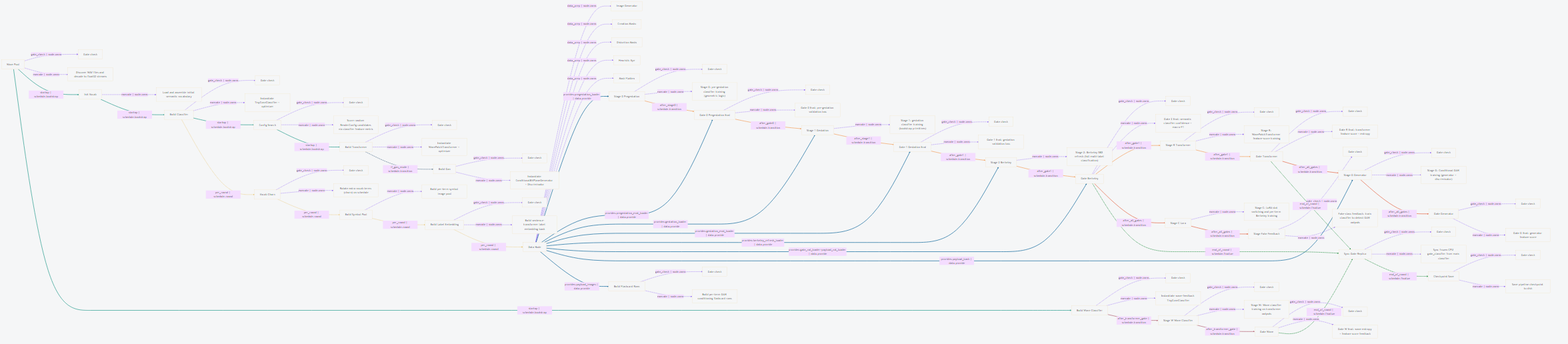
The Mermaid diagram docs/diagrams/stack_view_reaction.png in sangderenard/meta-nn, before a commit. Its source is kept beside it as docs/diagrams/stack_view_reaction.mmd.
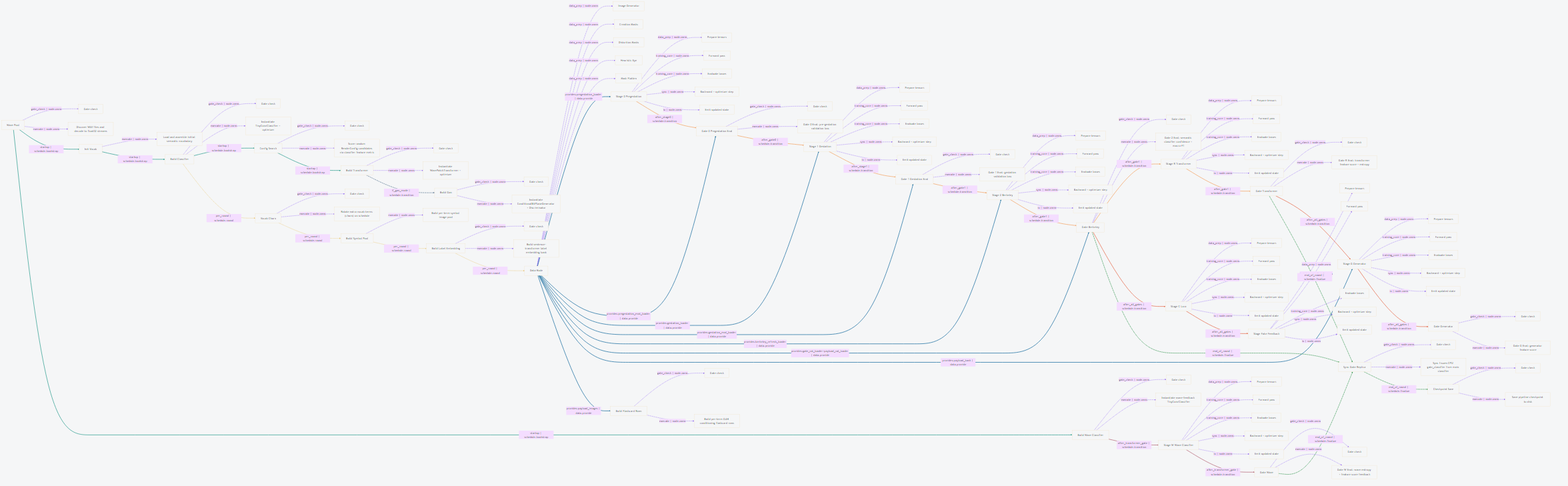
The same diagram one commit later.

Diff of the diagram source:
```diff
@@ -38,26 +38,53 @@
     data_node__heuristic_eye["Heuristic Eye"]
     data_node__mask_flatten["Mask Flatten"]
     stage_0_pregestation["Stage 0 Pregestation"]
-    stage_0_pregestation__should_run["Gate check"]
-    stage_0_pregestation__execute["Stage 0: pre-gestation classifier training (geometric logic)"]
+    stage_0_pregestation__batch_prepare["Prepare tensors"]
+    stage_0_pregestation__forward_pass["Forward pass"]
+    stage_0_pregestation__objective_eval["Evaluate losses"]
+    stage_0_pregestation__optimizer_step["Backward + optimizer step"]
+    stage_0_pregestation__state_emit["Emit updated state"]
     stage_1_gestation["Stage 1 Gestation"]
-    stage_1_gestation__execute["Stage 1: gestation classifier training (bootstrap primitives)"]
+    stage_1_gestation__batch_prepare["Prepare tensors"]
+    stage_1_gestation__forward_pass["Forward pass"]
+    stage_1_gestation__objective_eval["Evaluate losses"]
+    stage_1_gestation__optimizer_step["Backward + optimizer step"]
+    stage_1_gestation__state_emit["Emit updated state"]
     stage_2_berkeley["Stage 2 Berkeley"]
-    stage_2_berkeley__execute["Stage 2: Berkeley SBD refresh (full multi-label classification)"]
+    stage_2_berkeley__batch_prepare["Prepare tensors"]
+    stage_2_berkeley__forward_pass["Forward pass"]
+    stage_2_berkeley__objective_eval["Evaluate losses"]
+    stage_2_berkeley__optimizer_step["Backward + optimizer step"]
+    stage_2_berkeley__state_emit["Emit updated state"]
     stage_r_transformer["Stage R Transformer"]
-    stage_r_transformer__should_run["Gate check"]
-    stage_r_transformer__execute["Stage R: WavePatchTransformer feature-score training"]
+    stage_r_transformer__batch_prepare["Prepare tensors"]
+    stage_r_transformer__forward_pass["Forward pass"]
+    stage_r_transformer__objective_eval["Evaluate losses"]
+    stage_r_transformer__optimizer_step["Backward + optimizer step"]
+    stage_r_transformer__state_emit["Emit updated state"]
     stage_g_generator["Stage G Generator"]
-    stage_g_generator__should_run["Gate check"]
-    stage_g_generator__execute["Stage G: Conditional GAN training (generator + discriminator)"]
+    stage_g_generator__batch_prepare["Prepare tensors"]
+    stage_g_generator__forward_pass["Forward pass"]
+    stage_g_generator__objective_eval["Evaluate losses"]
+    stage_g_generator__optimizer_step["Backward + optimizer step"]
+    stage_g_generator__state_emit["Emit updated state"]
     stage_w_wave_classifier["Stage W Wave Classifier"]
-    stage_w_wave_classifier__should_run["Gate check"]
-    stage_w_wave_classifier__execute["Stage W: Wave classifier training on transformer outputs"]
+    stage_w_wave_classifier__batch_prepare["Prepare tensors"]
+    stage_w_wave_classifier__forward_pass["Forward pass"]
+    stage_w_wave_classifier__objective_eval["Evaluate losses"]
+    stage_w_wave_classifier__optimizer_step["Backward + optimizer step"]
+    stage_w_wave_classifier__state_emit["Emit updated state"]
     stage_c_lora["Stage C Lora"]
-    stage_c_lora__execute["Stage C: LoRA slot switching and per-term Berkeley training"]
+    stage_c_lora__batch_prepare["Prepare tensors"]
+    stage_c_lora__forward_pass["Forward pass"]
+    stage_c_lora__objective_eval["Evaluate losses"]
+    stage_c_lora__optimizer_step["Backward + optimizer step"]
+    stage_c_lora__state_emit["Emit updated state"]
     stage_fake_feedback["Stage Fake Feedback"]
-    stage_fake_feedback__should_run["Gate check"]
-    stage_fake_feedback__execute["Fake-class feedback: train classifier to detect GAN outputs"]
+    stage_fake_feedback__batch_prepare["Prepare tensors"]
+    stage_fake_feedback__forward_pass["Forward pass"]
+    stage_fake_feedback__objective_eval["Evaluate losses"]
+    stage_fake_feedback__optimizer_step["Backward + optimizer step"]
+    stage_fake_feedback__state_emit["Emit updated state"]
     gate_0_pregestation_eval["Gate 0 Pregestation Eval"]
     gate_0_pregestation_eval__should_run["Gate check"]
     gate_0_pregestation_eval__execute["Gate 0 Eval: pre-gestation validation loss"]
@@ -108,19 +135,46 @@
     data_node -- "data_prep | node.owns" --> data_node__distortion_masks
     data_node -- "data_prep | node.owns" --> data_node__heuristic_eye
     data_node -- "data_prep | node.owns" --> data_node__mask_flatten
-    stage_0_pregestation -- "gate_check | node.owns" --> stage_0_pregestation__should_run
-    stage_0_pregestation -- "execute | node.owns" --> stage_0_pregestation__execute
-    stage_1_gestation -- "execute | node.owns" --> stage_1_gestation__execute
-    stage_2_berkeley -- "execute | node.owns" --> stage_2_berkeley__execute
-    stage_r_transformer -- "gate_check | node.owns" --> stage_r_transformer__should_run
-    stage_r_transformer -- "execute | node.owns" --> stage_r_transformer__execute
-    stage_g_generator -- "gate_check | node.owns" --> stage_g_generator__should_run
-    stage_g_generator -- "execute | node.owns" --> stage_g_generator__execute
-    stage_w_wave_classifier -- "gate_check | node.owns" --> stage_w_wave_classifier__should_run
-    stage_w_wave_classifier -- "execute | node.owns" --> stage_w_wave_classifier__execute
-    stage_c_lora -- "execute | node.owns" --> stage_c_lora__execute
-    stage_fake_feedback -- "gate_check | node.owns" --> stage_fake_feedback__should_run
-    stage_fake_feedback -- "execute | node.owns" --> stage_fake_feedback__execute
+    stage_0_pregestation -- "data_prep | node.owns" --> stage_0_pregestation__batch_prepare
+    stage_0_pregestation -- "training_core | node.owns" --> stage_0_pregestation__forward_pass
+    stage_0_pregestation -- "training_core | node.owns" --> stage_0_pregestation__objective_eval
+    stage_0_pregestation -- "sync | node.owns" --> stage_0_pregestation__optimizer_step
+    stage_0_pregestation -- "io | node.owns" --> stage_0_pregestation__state_emit
+    stage_1_gestation -- "data_prep | node.owns" --> stage_1_gestation__batch_prepare
+    stage_1_gestation -- "training_core | node.owns" --> stage_1_gestation__forward_pass
+    stage_1_gestation -- "training_core | node.owns" --> stage_1_gestation__objective_eval
+    stage_1_gestation -- "sync | node.owns" --> stage_1_gestation__optimizer_step
+    stage_1_gestation -- "io | node.owns" --> stage_1_gestation__state_emit
+    stage_2_berkeley -- "data_prep | node.owns" --> stage_2_berkeley__batch_prepare
+    stage_2_berkeley -- "training_core | node.owns" --> stage_2_berkeley__forward_pass
+    stage_2_berkeley -- "training_core | node.owns" --> stage_2_berkeley__objective_eval
+    stage_2_berkeley -- "sync | node.owns" --> stage_2_berkeley__optimizer_step
+    stage_2_berkeley -- "io | node.owns" --> stage_2_berkeley__state_emit
+    stage_r_transformer -- "data_prep | node.owns" --> stage_r_transformer__batch_prepare
+    stage_r_transformer -- "training_core | node.owns" --> stage_r_transformer__forward_pass
+    stage_r_transformer -- "training_core | node.owns" --> stage_r_transformer__objective_eval
+    stage_r_transformer -- "sync | node.owns" --> stage_r_transformer__optimizer_step
+    stage_r_transformer -- "io | node.owns" --> stage_r_transformer__state_emit
+    stage_g_generator -- "data_prep | node.owns" --> stage_g_generator__batch_prepare
+    stage_g_generator -- "training_core | node.owns" --> stage_g_generator__forward_pass
+    stage_g_generator -- "training_core | node.owns" --> stage_g_generator__objective_eval
+    stage_g_generator -- "sync | node.owns" --> stage_g_generator__optimizer_step
+    stage_g_generator -- "io | node.owns" --> stage_g_generator__state_emit
+    stage_w_wave_classifier -- "data_prep | node.owns" --> stage_w_wave_classifier__batch_prepare
+    stage_w_wave_classifier -- "training_core | node.owns" --> stage_w_wave_classifier__forward_pass
+    stage_w_wave_classifier -- "training_core | node.owns" --> stage_w_wave_classifier__objective_eval
+    stage_w_wave_classifier -- "sync | node.owns" --> stage_w_wave_classifier__optimizer_step
+    stage_w_wave_classifier -- "io | node.owns" --> stage_w_wave_classifier__state_emit
+    stage_c_lora -- "data_prep | node.owns" --> stage_c_lora__batch_prepare
+    stage_c_lora -- "training_core | node.owns" --> stage_c_lora__forward_pass
+    stage_c_lora -- "training_core | node.owns" --> stage_c_lora__objective_eval
+    stage_c_lora -- "sync | node.owns" --> stage_c_lora__optimizer_step
+    stage_c_lora -- "io | node.owns" --> stage_c_lora__state_emit
+    stage_fake_feedback -- "data_prep | node.owns" --> stage_fake_feedback__batch_prepare
+    stage_fake_feedback -- "training_core | node.owns" --> stage_fake_feedback__forward_pass
+    stage_fake_feedback -- "training_core | node.owns" --> stage_fake_feedback__objective_eval
+    stage_fake_feedback -- "sync | node.owns" --> stage_fake_feedback__optimizer_step
+    stage_fake_feedback -- "io | node.owns" --> stage_fake_feedback__state_emit
     gate_0_pregestation_eval -- "gate_check | node.owns" --> gate_0_pregestation_eval__should_run
     gate_0_pregestation_eval -- "execute | node.owns" --> gate_0_pregestation_eval__execute
     gate_1_gestation_eval -- "gate_check | node.owns" --> gate_1_gestation_eval__should_run
@@ -227,38 +281,65 @@
     linkStyle 51 stroke:#8B5CF6,stroke-width:2px,opacity:0.85,stroke-dasharray:4 2;
     linkStyle 52 stroke:#8B5CF6,stroke-width:2px,opacity:0.85,stroke-dasharray:4 2;
     linkStyle 53 stroke:#8B5CF6,stroke-width:2px,opacity:0.85,stroke-dasharray:4 2;
-    linkStyle 54 stroke:#2A9D8F,stroke-width:3px,opacity:0.9,stroke-dasharray:0;
-    linkStyle 55 stroke:#2A9D8F,stroke-width:3px,opacity:0.9,stroke-dasharray:0;
-    linkStyle 56 stroke:#2A9D8F,stroke-width:3px,opacity:0.9,stroke-dasharray:0;
-    linkStyle 57 stroke:#2A9D8F,stroke-width:3px,opacity:0.9,stroke-dasharray:0;
-    linkStyle 58 stroke:#577590,stroke-width:3px,opacity:0.85,stroke-dasharray:8 3;
-    linkStyle 59 stroke:#2A9D8F,stroke-width:3px,opacity:0.9,stroke-dasharray:0;
-    linkStyle 60 stroke:#E9C46A,stroke-width:3px,opacity:0.9,stroke-dasharray:2 2;
-    linkStyle 61 stroke:#E9C46A,stroke-width:3px,opacity:0.9,stroke-dasharray:2 2;
-    linkStyle 62 stroke:#E9C46A,stroke-width:3px,opacity:0.9,stroke-dasharray:2 2;
-    linkStyle 63 stroke:#E9C46A,stroke-width:3px,opacity:0.9,stroke-dasharray:2 2;
-    linkStyle 64 stroke:#1D70A2,stroke-width:3px,opacity:0.95,stroke-dasharray:0;
-    linkStyle 65 stroke:#1D70A2,stroke-width:3px,opacity:0.95,stroke-dasharray:0;
-    linkStyle 66 stroke:#1D70A2,stroke-width:3px,opacity:0.95,stroke-dasharray:0;
-    linkStyle 67 stroke:#1D70A2,stroke-width:3px,opacity:0.95,stroke-dasharray:0;
-    linkStyle 68 stroke:#1D70A2,stroke-width:3px,opacity:0.95,stroke-dasharray:0;
-    linkStyle 69 stroke:#1D70A2,stroke-width:3px,opacity:0.95,stroke-dasharray:0;
-    linkStyle 70 stroke:#1D70A2,stroke-width:3px,opacity:0.95,stroke-dasharray:0;
-    linkStyle 71 stroke:#1D70A2,stroke-width:3px,opacity:0.95,stroke-dasharray:0;
-    linkStyle 72 stroke:#F4A261,stroke-width:3px,opacity:0.9,stroke-dasharray:0;
-    linkStyle 73 stroke:#F4A261,stroke-width:3px,opacity:0.9,stroke-dasharray:0;
-    linkStyle 74 stroke:#F4A261,stroke-width:3px,opacity:0.9,stroke-dasharray:0;
-    linkStyle 75 stroke:#F4A261,stroke-width:3px,opacity:0.9,stroke-dasharray:0;
-    linkStyle 76 stroke:#F4A261,stroke-width:3px,opacity:0.9,stroke-dasharray:0;
-    linkStyle 77 stroke:#F4A261,stroke-width:3px,opacity:0.9,stroke-dasharray:0;
-    linkStyle 78 stroke:#F4A261,stroke-width:3px,opacity:0.9,stroke-dasharray:0;
-    linkStyle 79 stroke:#E76F51,stroke-width:3px,opacity:0.95,stroke-dasharray:0;
-    linkStyle 80 stroke:#E76F51,stroke-width:3px,opacity:0.95,stroke-dasharray:0;
-    linkStyle 81 stroke:#E76F51,stroke-width:3px,opacity:0.95,stroke-dasharray:0;
-    linkStyle 82 stroke:#E76F51,stroke-width:3px,opacity:0.95,stroke-dasharray:0;
-    linkStyle 83 stroke:#B56576,stroke-width:3px,opacity:0.9,stroke-dasharray:0;
-    linkStyle 84 stroke:#B56576,stroke-width:3px,opacity:0.9,stroke-dasharray:0;
-    linkStyle 85 stroke:#2B9348,stroke-width:3px,opacity:0.9,stroke-dasharray:4 2;
-    linkStyle 86 stroke:#2B9348,stroke-width:3px,opacity:0.9,stroke-dasharray:4 2;
-    linkStyle 87 stroke:#2B9348,stroke-width:3px,opacity:0.9,stroke-dasharray:4 2;
-    linkStyle 88 stroke:#2B9348,stroke-width:3px,opacity:0.9,stroke-dasharray:4 2;
+    linkStyle 54 stroke:#8B5CF6,stroke-width:2px,opacity:0.85,stroke-dasharray:4 2;
+    linkStyle 55 stroke:#8B5CF6,stroke-width:2px,opacity:0.85,stroke-dasharray:4 2;
+    linkStyle 56 stroke:#8B5CF6,stroke-width:2px,opacity:0.85,stroke-dasharray:4 2;
+    linkStyle 57 stroke:#8B5CF6,stroke-width:2px,opacity:0.85,stroke-dasharray:4 2;
+    linkStyle 58 stroke:#8B5CF6,stroke-width:2px,opacity:0.85,stroke-dasharray:4 2;
+    linkStyle 59 stroke:#8B5CF6,stroke-width:2px,opacity:0.85,stroke-dasharray:4 2;
+    linkStyle 60 stroke:#8B5CF6,stroke-width:2px,opacity:0.85,stroke-dasharray:4 2;
+    linkStyle 61 stroke:#8B5CF6,stroke-width:2px,opacity:0.85,stroke-dasharray:4 2;
+    linkStyle 62 stroke:#8B5CF6,stroke-width:2px,opacity:0.85,stroke-dasharray:4 2;
+    linkStyle 63 stroke:#8B5CF6,stroke-width:2px,opacity:0.85,stroke-dasharray:4 2;
+    linkStyle 64 stroke:#8B5CF6,stroke-width:2px,opacity:0.85,stroke-dasharray:4 2;
+    linkStyle 65 stroke:#8B5CF6,stroke-width:2px,opacity:0.85,stroke-dasharray:4 2;
+    linkStyle 66 stroke:#8B5CF6,stroke-width:2px,opacity:0.85,stroke-dasharray:4 2;
+    linkStyle 67 stroke:#8B5CF6,stroke-width:2px,opacity:0.85,stroke-dasharray:4 2;
+    linkStyle 68 stroke:#8B5CF6,stroke-width:2px,opacity:0.85,stroke-dasharray:4 2;
+    linkStyle 69 stroke:#8B5CF6,stroke-width:2px,opacity:0.85,stroke-dasharray:4 2;
+    linkStyle 70 stroke:#8B5CF6,stroke-width:2px,opacity:0.85,stroke-dasharray:4 2;
+    linkStyle 71 stroke:#8B5CF6,stroke-width:2px,opacity:0.85,stroke-dasharray:4 2;
+    linkStyle 72 stroke:#8B5CF6,stroke-width:2px,opacity:0.85,stroke-dasharray:4 2;
+    linkStyle 73 stroke:#8B5CF6,stroke-width:2px,opacity:0.85,stroke-dasharray:4 2;
+    linkStyle 74 stroke:#8B5CF6,stroke-width:2px,opacity:0.85,stroke-dasharray:4 2;
+    linkStyle 75 stroke:#8B5CF6,stroke-width:2px,opacity:0.85,stroke-dasharray:4 2;
+    linkStyle 76 stroke:#8B5CF6,stroke-width:2px,opacity:0.85,stroke-dasharray:4 2;
+    linkStyle 77 stroke:#8B5CF6,stroke-width:2px,opacity:0.85,stroke-dasharray:4 2;
+    linkStyle 78 stroke:#8B5CF6,stroke-width:2px,opacity:0.85,stroke-dasharray:4 2;
+    linkStyle 79 stroke:#8B5CF6,stroke-width:2px,opacity:0.85,stroke-dasharray:4 2;
+    linkStyle 80 stroke:#8B5CF6,stroke-width:2px,opacity:0.85,stroke-dasharray:4 2;
+    linkStyle 81 stroke:#2A9D8F,stroke-width:3px,opacity:0.9,stroke-dasharray:0;
+    linkStyle 82 stroke:#2A9D8F,stroke-width:3px,opacity:0.9,stroke-dasharray:0;
+    linkStyle 83 stroke:#2A9D8F,stroke-width:3px,opacity:0.9,stroke-dasharray:0;
+    linkStyle 84 stroke:#2A9D8F,stroke-width:3px,opacity:0.9,stroke-dasharray:0;
+    linkStyle 85 stroke:#577590,stroke-width:3px,opacity:0.85,stroke-dasharray:8 3;
+    linkStyle 86 stroke:#2A9D8F,stroke-width:3px,opacity:0.9,stroke-dasharray:0;
+    linkStyle 87 stroke:#E9C46A,stroke-width:3px,opacity:0.9,stroke-dasharray:2 2;
+    linkStyle 88 stroke:#E9C46A,stroke-width:3px,opacity:0.9,stroke-dasharray:2 2;
+    linkStyle 89 stroke:#E9C46A,stroke-width:3px,opacity:0.9,stroke-dasharray:2 2;
+    linkStyle 90 stroke:#E9C46A,stroke-width:3px,opacity:0.9,stroke-dasharray:2 2;
+    linkStyle 91 stroke:#1D70A2,stroke-width:3px,opacity:0.95,stroke-dasharray:0;
+    linkStyle 92 stroke:#1D70A2,stroke-width:3px,opacity:0.95,stroke-dasharray:0;
+    linkStyle 93 stroke:#1D70A2,stroke-width:3px,opacity:0.95,stroke-dasharray:0;
+    linkStyle 94 stroke:#1D70A2,stroke-width:3px,opacity:0.95,stroke-dasharray:0;
+    linkStyle 95 stroke:#1D70A2,stroke-width:3px,opacity:0.95,stroke-dasharray:0;
+    linkStyle 96 stroke:#1D70A2,stroke-width:3px,opacity:0.95,stroke-dasharray:0;
+    linkStyle 97 stroke:#1D70A2,stroke-width:3px,opacity:0.95,stroke-dasharray:0;
+    linkStyle 98 stroke:#1D70A2,stroke-width:3px,opacity:0.95,stroke-dasharray:0;
+    linkStyle 99 stroke:#F4A261,stroke-width:3px,opacity:0.9,stroke-dasharray:0;
+    linkStyle 100 stroke:#F4A261,stroke-width:3px,opacity:0.9,stroke-dasharray:0;
+    linkStyle 101 stroke:#F4A261,stroke-width:3px,opacity:0.9,stroke-dasharray:0;
+    linkStyle 102 stroke:#F4A261,stroke-width:3px,opacity:0.9,stroke-dasharray:0;
+    linkStyle 103 stroke:#F4A261,stroke-width:3px,opacity:0.9,stroke-dasharray:0;
+    linkStyle 104 stroke:#F4A261,stroke-width:3px,opacity:0.9,stroke-dasharray:0;
+    linkStyle 105 stroke:#F4A261,stroke-width:3px,opacity:0.9,stroke-dasharray:0;
+    linkStyle 106 stroke:#E76F51,stroke-width:3px,opacity:0.95,stroke-dasharray:0;
+    linkStyle 107 stroke:#E76F51,stroke-width:3px,opacity:0.95,stroke-dasharray:0;
+    linkStyle 108 stroke:#E76F51,stroke-width:3px,opacity:0.95,stroke-dasharray:0;
+    linkStyle 109 stroke:#E76F51,stroke-width:3px,opacity:0.95,stroke-dasharray:0;
+    linkStyle 110 stroke:#B56576,stroke-width:3px,opacity:0.9,stroke-dasharray:0;
+    linkStyle 111 stroke:#B56576,stroke-width:3px,opacity:0.9,stroke-dasharray:0;
+    linkStyle 112 stroke:#2B9348,stroke-width:3px,opacity:0.9,stroke-dasharray:4 2;
+    linkStyle 113 stroke:#2B9348,stroke-width:3px,opacity:0.9,stroke-dasharray:4 2;
+    linkStyle 114 stroke:#2B9348,stroke-width:3px,opacity:0.9,stroke-dasharray:4 2;
+    linkStyle 115 stroke:#2B9348,stroke-width:3px,opacity:0.9,stroke-dasharray:4 2;
```
